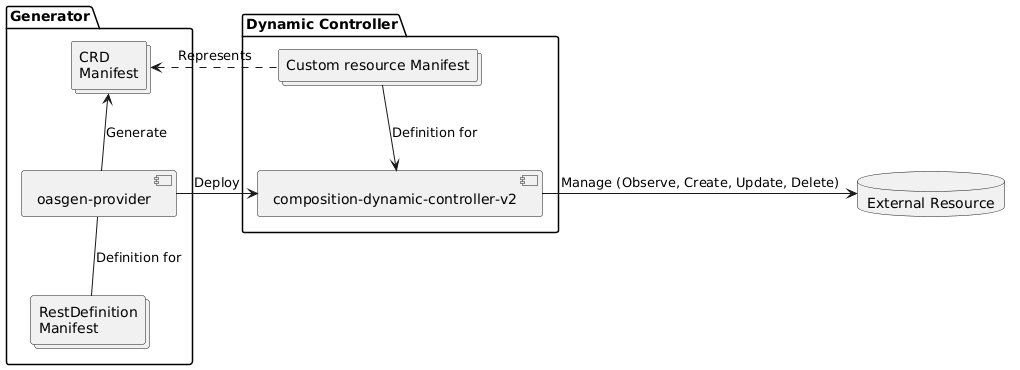
This is _diagram/generator.png from krateoplatformops/oasgen-provider, a PlantUML export, as it was before one commit.
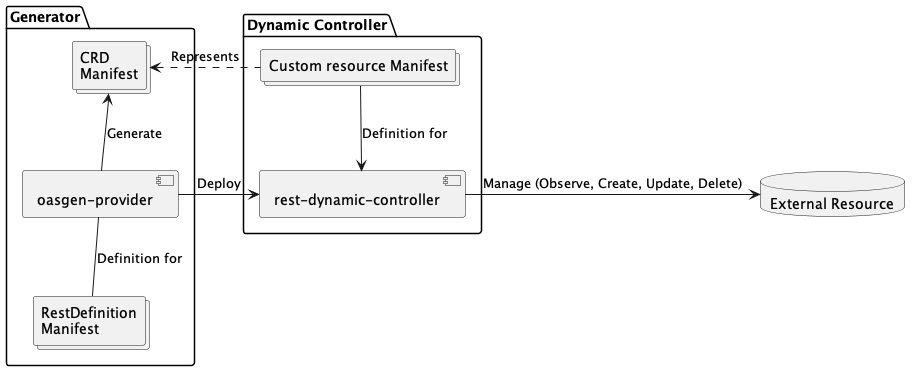
The same diagram one commit later.

Commit message:
docs: delete references to composition-dynamic-controller-v2

What changed in the source:
```diff
@@ -1,4 +1,5 @@
-@startuml
+@startuml oasgen-provider
+
 package "Generator"{
    component "oasgen-provider" as provider
    collections "RestDefinition\nManifest" as restdefinition
@@ -6,7 +7,7 @@
 }
 
 package "Dynamic Controller" {
-   component "composition-dynamic-controller-v2" as cdc
+   component "rest-dynamic-controller" as cdc
    collections "Custom resource Manifest" as cr
 }
 
```
